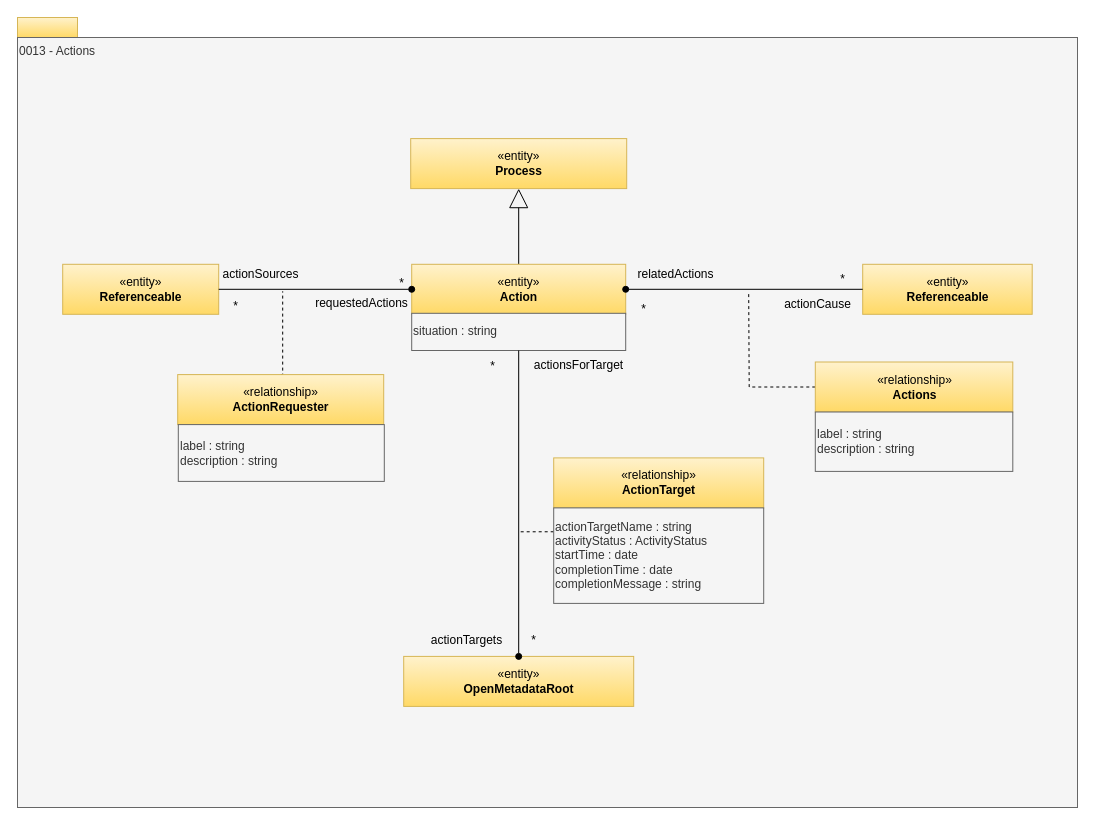
This is page "0013-Actions" (8 of 33) of site/docs/types/0/area-0-basic-types-and-infrastructure.drawio from odpi/egeria-docs, a draw.io file, before an edit. Source tidied: cells renumbered, new cells numbered last; positions are measured from the earlier drawing's top-left corner, leaving out a move shared by most shapes. Both pictures are drawn from the tidied source at 100%, with x=0, y=0 at pixel (17, 17).
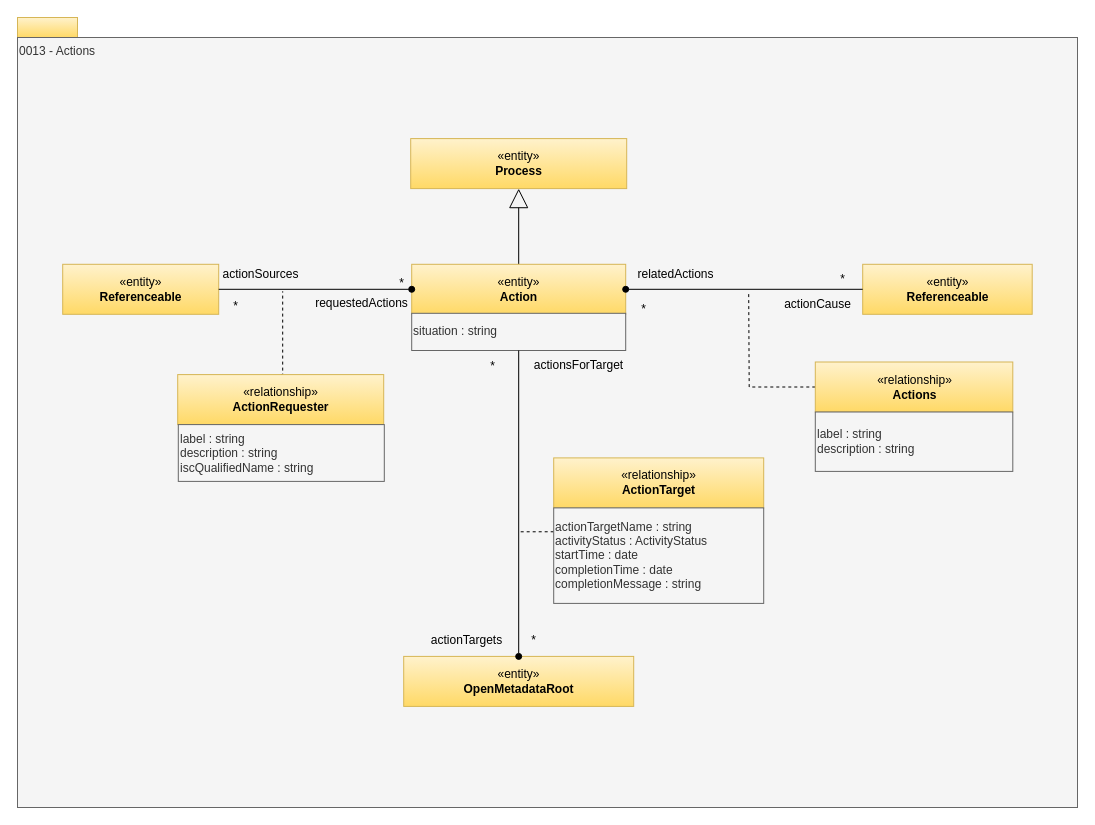
Above is the later version.

The edit, as a diff of the source:
```diff
@@
-    <mxCell id="10" value="label : string&lt;div&gt;description : string&lt;/div&gt;" style="rounded=0;whiteSpace=wrap;html=1;strokeColor=#666666;align=left;fillColor=#f5f5f5;fontColor=#333333;" parent="1" vertex="1">
+    <mxCell id="10" value="label : string&lt;div&gt;description : string&lt;/div&gt;&lt;div&gt;iscQualifiedName : string&lt;/div&gt;" style="rounded=0;whiteSpace=wrap;html=1;strokeColor=#666666;align=left;fillColor=#f5f5f5;fontColor=#333333;" parent="1" vertex="1">
       <mxGeometry x="160.8" y="407.1" width="206" height="56.8" as="geometry" />
     </mxCell>
```
